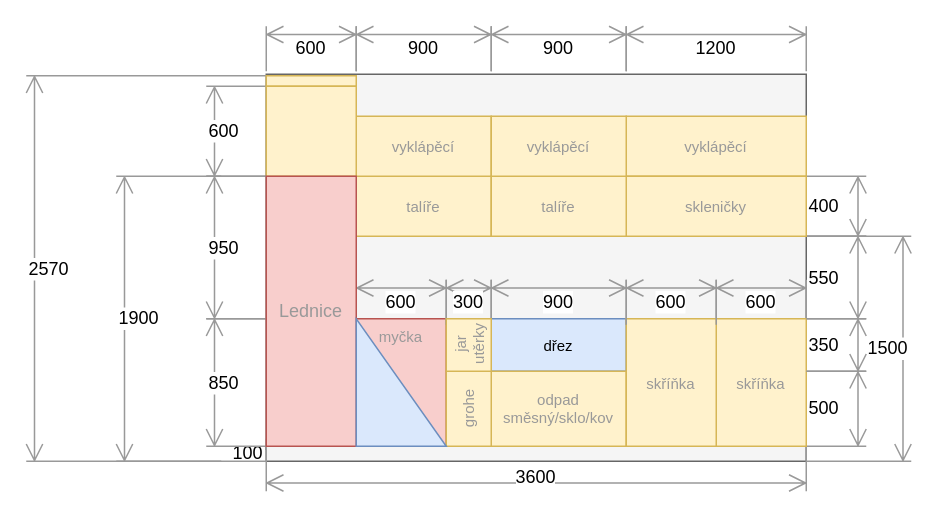
Above: docs/src/static/drawings/kitchen.wall-watter.drawio in surquest/flat-renovation (draw.io), before the change. Source tidied: cells renumbered, new cells numbered last; positions are measured from the earlier drawing's top-left corner, leaving out a move shared by most shapes. Both pictures are drawn from the tidied source at 150%, with x=0, y=0 at pixel (26, 26).
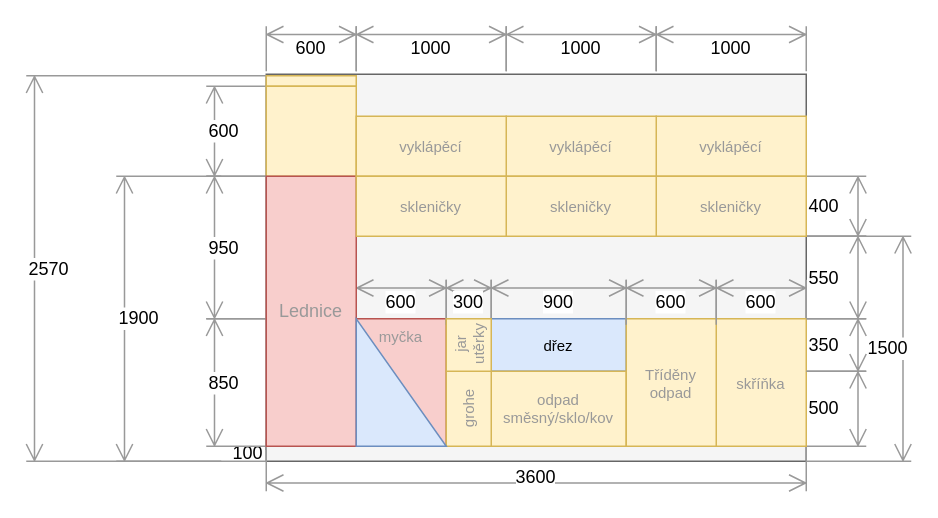
The same page after the edit.

Diff of the diagram source:
```diff
@@
-    <mxCell id="13" value="talíře" style="rounded=0;whiteSpace=wrap;html=1;fillColor=#fff2cc;strokeColor=#d6b656;fontColor=#999999;fontSize=10;" parent="1" vertex="1">
-      <mxGeometry x="220" y="100" width="90" height="40" as="geometry" />
-    </mxCell>
@@
-    <mxCell id="17" value="900" style="shape=dimension;direction=west;whiteSpace=wrap;html=1;align=center;verticalAlign=middle;labelBackgroundColor=#ffffff;strokeColor=#999999;" parent="1" vertex="1">
-      <mxGeometry x="220" width="90" height="30" as="geometry" />
+    <mxCell id="17" value="1000" style="shape=dimension;direction=west;whiteSpace=wrap;html=1;align=center;verticalAlign=middle;labelBackgroundColor=#ffffff;strokeColor=#999999;" parent="1" vertex="1">
+      <mxGeometry x="220" width="100" height="30" as="geometry" />
     </mxCell>
-    <mxCell id="18" value="1200" style="shape=dimension;direction=west;whiteSpace=wrap;html=1;align=center;verticalAlign=middle;labelBackgroundColor=#ffffff;strokeColor=#999999;" parent="1" vertex="1">
-      <mxGeometry x="400" width="120" height="30" as="geometry" />
-    </mxCell>
-    <mxCell id="19" value="900" style="shape=dimension;direction=west;whiteSpace=wrap;html=1;align=center;verticalAlign=middle;labelBackgroundColor=#ffffff;strokeColor=#999999;" parent="1" vertex="1">
-      <mxGeometry x="310" width="90" height="30" as="geometry" />
-    </mxCell>
     <mxCell id="20" value="&lt;span style=&quot;color: rgb(153, 153, 153); font-size: 10px;&quot;&gt;vyklápěcí&lt;/span&gt;" style="rounded=0;whiteSpace=wrap;html=1;fillColor=#fff2cc;strokeColor=#d6b656;fontSize=10;" parent="1" vertex="1">
-      <mxGeometry x="400" y="60" width="120" height="40" as="geometry" />
+      <mxGeometry x="420" y="60" width="100" height="40" as="geometry" />
     </mxCell>
     <mxCell id="21" value="&lt;span style=&quot;color: rgb(153, 153, 153); font-size: 10px;&quot;&gt;skleničky&lt;/span&gt;" style="rounded=0;whiteSpace=wrap;html=1;fillColor=#fff2cc;strokeColor=#d6b656;fontSize=10;" parent="1" vertex="1">
-      <mxGeometry x="400" y="100" width="120" height="40" as="geometry" />
+      <mxGeometry x="420" y="100" width="100" height="40" as="geometry" />
     </mxCell>
@@
-    <mxCell id="26" value="vyklápěcí" style="rounded=0;whiteSpace=wrap;html=1;fillColor=#fff2cc;strokeColor=#d6b656;fontColor=#999999;fontSize=10;" parent="1" vertex="1">
-      <mxGeometry x="220" y="60" width="90" height="40" as="geometry" />
-    </mxCell>
@@
-    <mxCell id="36" value="skříňka" style="rounded=0;whiteSpace=wrap;html=1;fillColor=#fff2cc;strokeColor=#d6b656;fontColor=#999999;fontSize=10;" parent="1" vertex="1">
+    <mxCell id="36" value="Tříděny odpad" style="rounded=0;whiteSpace=wrap;html=1;fillColor=#fff2cc;strokeColor=#d6b656;fontColor=#999999;fontSize=10;" parent="1" vertex="1">
       <mxGeometry x="400" y="195" width="60" height="85" as="geometry" />
     </mxCell>
@@
-    <mxCell id="40" value="talíře" style="rounded=0;whiteSpace=wrap;html=1;fillColor=#fff2cc;strokeColor=#d6b656;fontColor=#999999;fontSize=10;" parent="1" vertex="1">
-      <mxGeometry x="310" y="100" width="90" height="40" as="geometry" />
-    </mxCell>
-    <mxCell id="41" value="vyklápěcí" style="rounded=0;whiteSpace=wrap;html=1;fillColor=#fff2cc;strokeColor=#d6b656;fontColor=#999999;fontSize=10;" parent="1" vertex="1">
-      <mxGeometry x="310" y="60" width="90" height="40" as="geometry" />
-    </mxCell>
+    <mxCell id="42" value="1000" style="shape=dimension;direction=west;whiteSpace=wrap;html=1;align=center;verticalAlign=middle;labelBackgroundColor=#ffffff;strokeColor=#999999;" parent="1" vertex="1">
+      <mxGeometry x="320" width="100" height="30" as="geometry" />
+    </mxCell>
+    <mxCell id="43" value="1000" style="shape=dimension;direction=west;whiteSpace=wrap;html=1;align=center;verticalAlign=middle;labelBackgroundColor=#ffffff;strokeColor=#999999;" parent="1" vertex="1">
+      <mxGeometry x="420" width="100" height="30" as="geometry" />
+    </mxCell>
+    <mxCell id="44" value="&lt;span style=&quot;color: rgb(153, 153, 153); font-size: 10px;&quot;&gt;vyklápěcí&lt;/span&gt;" style="rounded=0;whiteSpace=wrap;html=1;fillColor=#fff2cc;strokeColor=#d6b656;fontSize=10;" parent="1" vertex="1">
+      <mxGeometry x="320" y="60" width="100" height="40" as="geometry" />
+    </mxCell>
+    <mxCell id="45" value="&lt;span style=&quot;color: rgb(153, 153, 153); font-size: 10px;&quot;&gt;skleničky&lt;/span&gt;" style="rounded=0;whiteSpace=wrap;html=1;fillColor=#fff2cc;strokeColor=#d6b656;fontSize=10;" parent="1" vertex="1">
+      <mxGeometry x="320" y="100" width="100" height="40" as="geometry" />
+    </mxCell>
+    <mxCell id="46" value="&lt;span style=&quot;color: rgb(153, 153, 153); font-size: 10px;&quot;&gt;vyklápěcí&lt;/span&gt;" style="rounded=0;whiteSpace=wrap;html=1;fillColor=#fff2cc;strokeColor=#d6b656;fontSize=10;" parent="1" vertex="1">
+      <mxGeometry x="220" y="60" width="100" height="40" as="geometry" />
+    </mxCell>
+    <mxCell id="47" value="&lt;span style=&quot;color: rgb(153, 153, 153); font-size: 10px;&quot;&gt;skleničky&lt;/span&gt;" style="rounded=0;whiteSpace=wrap;html=1;fillColor=#fff2cc;strokeColor=#d6b656;fontSize=10;" parent="1" vertex="1">
+      <mxGeometry x="220" y="100" width="100" height="40" as="geometry" />
+    </mxCell>
```
